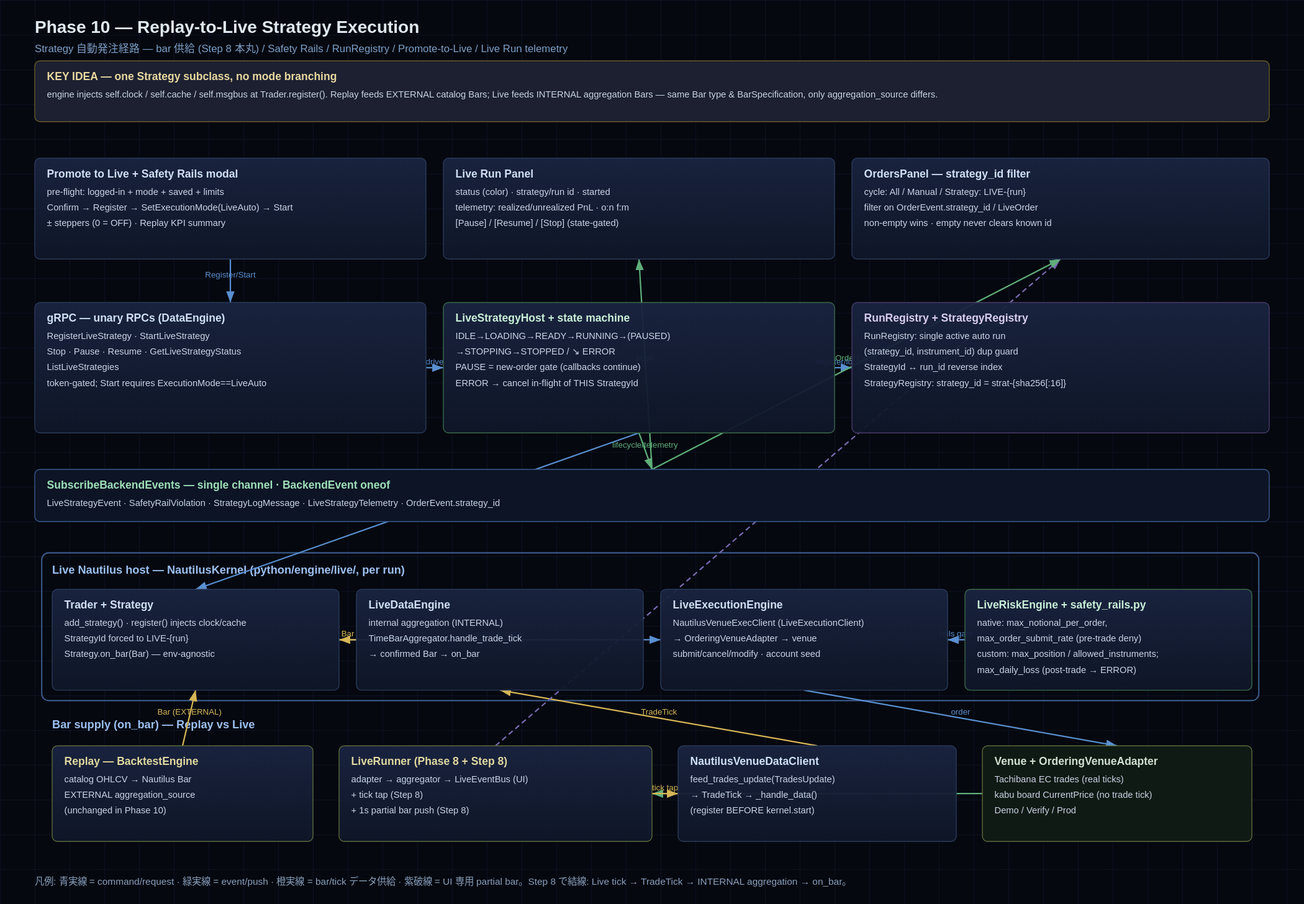
This is docs/assets/phase10-architecture.drawio.svg from botterYosuke/The-Trader-Was-Replaced, a draw.io export, as it was before one commit. Source tidied: cells renumbered, new cells last; positions are measured from the earlier drawing's top-left corner, leaving out a move shared by most shapes. The source it was exported from:
```xml
<mxGraphModel>
  <root>
    <mxCell id="0" />
    <mxCell id="1" parent="0" />
    <mxCell id="2" value="Phase 10 — Replay-to-Live Strategy Execution" style="text;html=1;fontSize=18;fontColor=#e0e8f0;fontStyle=1;" parent="1" vertex="1">
      <mxGeometry width="1400" height="32" as="geometry" />
    </mxCell>
    <mxCell id="3" value="Live Nautilus host — NautilusKernel (per run)" style="rounded=1;whiteSpace=wrap;html=1;fillColor=none;strokeColor=#3a5a8a;verticalAlign=top;fontColor=#9cc0f0;fontStyle=1;" parent="1" vertex="1">
      <mxGeometry x="8" y="624" width="1400" height="170" as="geometry" />
    </mxCell>
    <mxCell id="4" value="&lt;b&gt;KEY IDEA — one Strategy subclass, no mode branching&lt;/b&gt;&lt;br&gt;engine injects self.clock / self.cache / self.msgbus at Trader.register(). Replay feeds EXTERNAL catalog Bars; Live feeds INTERNAL aggregation Bars — same Bar type &amp;amp; BarSpecification, only aggregation_source differs." style="rounded=1;whiteSpace=wrap;html=1;fillColor=#1c2030;strokeColor=#6a5a2a;fontColor=#c8d4e6;align=left;verticalAlign=top;spacingLeft=8;spacingTop=6;fontSize=10;" parent="1" vertex="1">
      <mxGeometry y="58" width="1420" height="70" as="geometry" />
    </mxCell>
    <mxCell id="5" value="&lt;b&gt;Promote to Live + Safety Rails modal&lt;/b&gt;&lt;br&gt;pre-flight: logged-in + mode + saved + limits&lt;br&gt;Confirm → Register → SetExecutionMode(LiveAuto) → Start&lt;br&gt;± steppers (0 = OFF) · Replay KPI summary" style="rounded=1;whiteSpace=wrap;html=1;fillColor=#1c2030;strokeColor=#2a3a5a;fontColor=#c8d4e6;align=left;verticalAlign=top;spacingLeft=8;spacingTop=6;fontSize=10;" parent="1" vertex="1">
      <mxGeometry y="170" width="450" height="116" as="geometry" />
    </mxCell>
    <mxCell id="6" value="&lt;b&gt;Live Run Panel&lt;/b&gt;&lt;br&gt;status (color) · strategy/run id · started&lt;br&gt;telemetry: realized/unrealized PnL · o:n f:m&lt;br&gt;[Pause] / [Resume] / [Stop] (state-gated)" style="rounded=1;whiteSpace=wrap;html=1;fillColor=#1c2030;strokeColor=#2a3a5a;fontColor=#c8d4e6;align=left;verticalAlign=top;spacingLeft=8;spacingTop=6;fontSize=10;" parent="1" vertex="1">
      <mxGeometry x="470" y="170" width="450" height="116" as="geometry" />
    </mxCell>
    <mxCell id="7" value="&lt;b&gt;OrdersPanel — strategy_id filter&lt;/b&gt;&lt;br&gt;cycle: All / Manual / Strategy: LIVE-{run}&lt;br&gt;filter on OrderEvent.strategy_id / LiveOrder&lt;br&gt;non-empty wins · empty never clears known id" style="rounded=1;whiteSpace=wrap;html=1;fillColor=#1c2030;strokeColor=#2a3a5a;fontColor=#c8d4e6;align=left;verticalAlign=top;spacingLeft=8;spacingTop=6;fontSize=10;" parent="1" vertex="1">
      <mxGeometry x="940" y="170" width="480" height="116" as="geometry" />
    </mxCell>
    <mxCell id="8" value="&lt;b&gt;gRPC — unary RPCs (DataEngine)&lt;/b&gt;&lt;br&gt;RegisterLiveStrategy · StartLiveStrategy&lt;br&gt;Stop · Pause · Resume · GetLiveStrategyStatus&lt;br&gt;ListLiveStrategies&lt;br&gt;token-gated; Start requires ExecutionMode==LiveAuto" style="rounded=1;whiteSpace=wrap;html=1;fillColor=#1c2030;strokeColor=#2a3a5a;fontColor=#c8d4e6;align=left;verticalAlign=top;spacingLeft=8;spacingTop=6;fontSize=10;" parent="1" vertex="1">
      <mxGeometry y="336" width="450" height="150" as="geometry" />
    </mxCell>
    <mxCell id="9" value="&lt;b&gt;LiveStrategyHost + state machine&lt;/b&gt;&lt;br&gt;IDLE→LOADING→READY→RUNNING→(PAUSED)&lt;br&gt;→STOPPING→STOPPED  /  ↘ERROR&lt;br&gt;PAUSE = new-order gate (callbacks continue)&lt;br&gt;ERROR → cancel in-flight of THIS StrategyId" style="rounded=1;whiteSpace=wrap;html=1;fillColor=#1c2030;strokeColor=#3a6a4a;fontColor=#c8d4e6;align=left;verticalAlign=top;spacingLeft=8;spacingTop=6;fontSize=10;" parent="1" vertex="1">
      <mxGeometry x="470" y="336" width="450" height="150" as="geometry" />
    </mxCell>
    <mxCell id="10" value="&lt;b&gt;RunRegistry + StrategyRegistry&lt;/b&gt;&lt;br&gt;RunRegistry: single active auto run&lt;br&gt;(strategy_id, instrument_id) dup guard&lt;br&gt;StrategyId → run_id reverse index&lt;br&gt;StrategyRegistry: strategy_id = strat-{sha256[:16]}" style="rounded=1;whiteSpace=wrap;html=1;fillColor=#1c2030;strokeColor=#4a3a6a;fontColor=#c8d4e6;align=left;verticalAlign=top;spacingLeft=8;spacingTop=6;fontSize=10;" parent="1" vertex="1">
      <mxGeometry x="940" y="336" width="480" height="150" as="geometry" />
    </mxCell>
    <mxCell id="11" value="&lt;b&gt;SubscribeBackendEvents — single channel · BackendEvent oneof&lt;/b&gt;&lt;br&gt;LiveStrategyEvent · SafetyRailViolation · StrategyLogMessage · LiveStrategyTelemetry · OrderEvent.strategy_id" style="rounded=1;whiteSpace=wrap;html=1;fillColor=#0c1426;strokeColor=#3a5a8a;fontColor=#c8d4e6;align=left;verticalAlign=top;spacingLeft=8;spacingTop=6;fontSize=10;" parent="1" vertex="1">
      <mxGeometry y="528" width="1420" height="60" as="geometry" />
    </mxCell>
    <mxCell id="12" value="&lt;b&gt;Trader + Strategy&lt;/b&gt;&lt;br&gt;add_strategy() · register() injects clock/cache&lt;br&gt;StrategyId forced to LIVE-{run}&lt;br&gt;Strategy.on_bar(Bar) — env-agnostic" style="rounded=1;whiteSpace=wrap;html=1;fillColor=#1c2030;strokeColor=#2a3a5a;fontColor=#c8d4e6;align=left;verticalAlign=top;spacingLeft=8;spacingTop=6;fontSize=10;" parent="1" vertex="1">
      <mxGeometry x="20" y="666" width="330" height="116" as="geometry" />
    </mxCell>
    <mxCell id="13" value="&lt;b&gt;LiveDataEngine&lt;/b&gt;&lt;br&gt;internal aggregation (INTERNAL)&lt;br&gt;TimeBarAggregator.handle_trade_tick&lt;br&gt;→ confirmed Bar → on_bar" style="rounded=1;whiteSpace=wrap;html=1;fillColor=#1c2030;strokeColor=#2a3a5a;fontColor=#c8d4e6;align=left;verticalAlign=top;spacingLeft=8;spacingTop=6;fontSize=10;" parent="1" vertex="1">
      <mxGeometry x="370" y="666" width="330" height="116" as="geometry" />
    </mxCell>
    <mxCell id="14" value="&lt;b&gt;LiveExecutionEngine&lt;/b&gt;&lt;br&gt;NautilusVenueExecClient (LiveExecutionClient)&lt;br&gt;→ OrderingVenueAdapter → venue&lt;br&gt;submit/cancel/modify · account seed" style="rounded=1;whiteSpace=wrap;html=1;fillColor=#1c2030;strokeColor=#2a3a5a;fontColor=#c8d4e6;align=left;verticalAlign=top;spacingLeft=8;spacingTop=6;fontSize=10;" parent="1" vertex="1">
      <mxGeometry x="720" y="666" width="330" height="116" as="geometry" />
    </mxCell>
    <mxCell id="15" value="&lt;b&gt;LiveRiskEngine + safety_rails.py&lt;/b&gt;&lt;br&gt;native: max_notional_per_order,&lt;br&gt;max_order_submit_rate (pre-trade deny)&lt;br&gt;custom: max_position / allowed_instruments;&lt;br&gt;max_daily_loss (post-trade → ERROR)" style="rounded=1;whiteSpace=wrap;html=1;fillColor=#1c2030;strokeColor=#3a6a4a;fontColor=#c8d4e6;align=left;verticalAlign=top;spacingLeft=8;spacingTop=6;fontSize=10;" parent="1" vertex="1">
      <mxGeometry x="1070" y="666" width="330" height="116" as="geometry" />
    </mxCell>
    <mxCell id="16" value="&lt;b&gt;Replay — BacktestEngine&lt;/b&gt;&lt;br&gt;catalog OHLCV → Nautilus Bar&lt;br&gt;EXTERNAL aggregation_source&lt;br&gt;(unchanged in Phase 10)" style="rounded=1;whiteSpace=wrap;html=1;fillColor=#1c2030;strokeColor=#5a6a3a;fontColor=#c8d4e6;align=left;verticalAlign=top;spacingLeft=8;spacingTop=6;fontSize=10;" parent="1" vertex="1">
      <mxGeometry x="20" y="846" width="300" height="110" as="geometry" />
    </mxCell>
    <mxCell id="17" value="&lt;b&gt;LiveRunner (Phase 8 + Step 8)&lt;/b&gt;&lt;br&gt;adapter → aggregator → LiveEventBus (UI)&lt;br&gt;+ tick tap (Step 8)&lt;br&gt;+ 1s partial bar push (Step 8)" style="rounded=1;whiteSpace=wrap;html=1;fillColor=#1c2030;strokeColor=#5a6a3a;fontColor=#c8d4e6;align=left;verticalAlign=top;spacingLeft=8;spacingTop=6;fontSize=10;" parent="1" vertex="1">
      <mxGeometry x="350" y="846" width="360" height="110" as="geometry" />
    </mxCell>
    <mxCell id="18" value="&lt;b&gt;NautilusVenueDataClient&lt;/b&gt;&lt;br&gt;feed_trades_update(TradesUpdate)&lt;br&gt;→ TradeTick → _handle_data()&lt;br&gt;(register BEFORE kernel.start)" style="rounded=1;whiteSpace=wrap;html=1;fillColor=#1c2030;strokeColor=#2a3a5a;fontColor=#c8d4e6;align=left;verticalAlign=top;spacingLeft=8;spacingTop=6;fontSize=10;" parent="1" vertex="1">
      <mxGeometry x="740" y="846" width="320" height="110" as="geometry" />
    </mxCell>
    <mxCell id="19" value="&lt;b&gt;Venue + OrderingVenueAdapter&lt;/b&gt;&lt;br&gt;Tachibana EC trades (real ticks)&lt;br&gt;kabu board CurrentPrice (no trade tick)&lt;br&gt;Demo / Verify / Prod" style="rounded=1;whiteSpace=wrap;html=1;fillColor=#101a14;strokeColor=#5a6a3a;fontColor=#c8d4e6;align=left;verticalAlign=top;spacingLeft=8;spacingTop=6;fontSize=10;" parent="1" vertex="1">
      <mxGeometry x="1090" y="846" width="310" height="110" as="geometry" />
    </mxCell>
    <mxCell id="20" value="Register/Start" style="edgeStyle=orthogonalEdgeStyle;rounded=1;html=1;strokeColor=#5a8fd0;fontColor=#5a8fd0;fontSize=9;endArrow=block;" parent="1" edge="1" source="5" target="8">
      <mxGeometry relative="1" as="geometry" />
    </mxCell>
    <mxCell id="21" value="drive" style="edgeStyle=orthogonalEdgeStyle;rounded=1;html=1;strokeColor=#5a8fd0;fontColor=#5a8fd0;fontSize=9;endArrow=block;" parent="1" edge="1" source="8" target="9">
      <mxGeometry relative="1" as="geometry" />
    </mxCell>
    <mxCell id="22" value="register/lookup" style="edgeStyle=orthogonalEdgeStyle;rounded=1;html=1;strokeColor=#5a8fd0;fontColor=#5a8fd0;fontSize=9;endArrow=block;" parent="1" edge="1" source="9" target="10">
      <mxGeometry relative="1" as="geometry" />
    </mxCell>
    <mxCell id="23" value="attach()" style="edgeStyle=orthogonalEdgeStyle;rounded=1;html=1;strokeColor=#5a8fd0;fontColor=#5a8fd0;fontSize=9;endArrow=block;" parent="1" edge="1" source="9" target="12">
      <mxGeometry relative="1" as="geometry" />
    </mxCell>
    <mxCell id="24" value="submit_order" style="edgeStyle=orthogonalEdgeStyle;rounded=1;html=1;strokeColor=#5a8fd0;fontColor=#5a8fd0;fontSize=9;endArrow=block;" parent="1" edge="1" source="12" target="14">
      <mxGeometry relative="1" as="geometry" />
    </mxCell>
    <mxCell id="25" value="rails gate" style="edgeStyle=orthogonalEdgeStyle;rounded=1;html=1;strokeColor=#5a8fd0;fontColor=#5a8fd0;fontSize=9;endArrow=block;" parent="1" edge="1" source="15" target="14">
      <mxGeometry relative="1" as="geometry" />
    </mxCell>
    <mxCell id="26" value="order" style="edgeStyle=orthogonalEdgeStyle;rounded=1;html=1;strokeColor=#5a8fd0;fontColor=#5a8fd0;fontSize=9;endArrow=block;" parent="1" edge="1" source="14" target="19">
      <mxGeometry relative="1" as="geometry" />
    </mxCell>
    <mxCell id="27" value="ticks" style="edgeStyle=orthogonalEdgeStyle;rounded=1;html=1;strokeColor=#5fae7a;fontColor=#5fae7a;fontSize=9;endArrow=block;" parent="1" edge="1" source="19" target="17">
      <mxGeometry relative="1" as="geometry" />
    </mxCell>
    <mxCell id="28" value="tick tap" style="edgeStyle=orthogonalEdgeStyle;rounded=1;html=1;strokeColor=#d6b656;fontColor=#d6b656;fontSize=9;endArrow=block;" parent="1" edge="1" source="17" target="18">
      <mxGeometry relative="1" as="geometry" />
    </mxCell>
    <mxCell id="29" value="TradeTick" style="edgeStyle=orthogonalEdgeStyle;rounded=1;html=1;strokeColor=#d6b656;fontColor=#d6b656;fontSize=9;endArrow=block;" parent="1" edge="1" source="18" target="13">
      <mxGeometry relative="1" as="geometry" />
    </mxCell>
    <mxCell id="30" value="Bar" style="edgeStyle=orthogonalEdgeStyle;rounded=1;html=1;strokeColor=#d6b656;fontColor=#d6b656;fontSize=9;endArrow=block;" parent="1" edge="1" source="13" target="12">
      <mxGeometry relative="1" as="geometry" />
    </mxCell>
    <mxCell id="31" value="Bar (EXTERNAL)" style="edgeStyle=orthogonalEdgeStyle;rounded=1;html=1;strokeColor=#d6b656;fontColor=#d6b656;fontSize=9;endArrow=block;" parent="1" edge="1" source="16" target="12">
      <mxGeometry relative="1" as="geometry" />
    </mxCell>
    <mxCell id="32" value="partial Kline 1s" style="edgeStyle=orthogonalEdgeStyle;rounded=1;html=1;dashed=1;strokeColor=#7a6ab0;fontColor=#7a6ab0;fontSize=9;endArrow=block;" parent="1" edge="1" source="17" target="7">
      <mxGeometry relative="1" as="geometry" />
    </mxCell>
    <mxCell id="33" value="lifecycle/telemetry" style="edgeStyle=orthogonalEdgeStyle;rounded=1;html=1;strokeColor=#5fae7a;fontColor=#5fae7a;fontSize=9;endArrow=block;" parent="1" edge="1" source="9" target="11">
      <mxGeometry relative="1" as="geometry" />
    </mxCell>
    <mxCell id="34" value="push" style="edgeStyle=orthogonalEdgeStyle;rounded=1;html=1;strokeColor=#5fae7a;fontColor=#5fae7a;fontSize=9;endArrow=block;" parent="1" edge="1" source="11" target="6">
      <mxGeometry relative="1" as="geometry" />
    </mxCell>
    <mxCell id="35" value="OrderEvent" style="edgeStyle=orthogonalEdgeStyle;rounded=1;html=1;strokeColor=#5fae7a;fontColor=#5fae7a;fontSize=9;endArrow=block;" parent="1" edge="1" source="11" target="7">
      <mxGeometry relative="1" as="geometry" />
    </mxCell>
  </root>
</mxGraphModel>
```
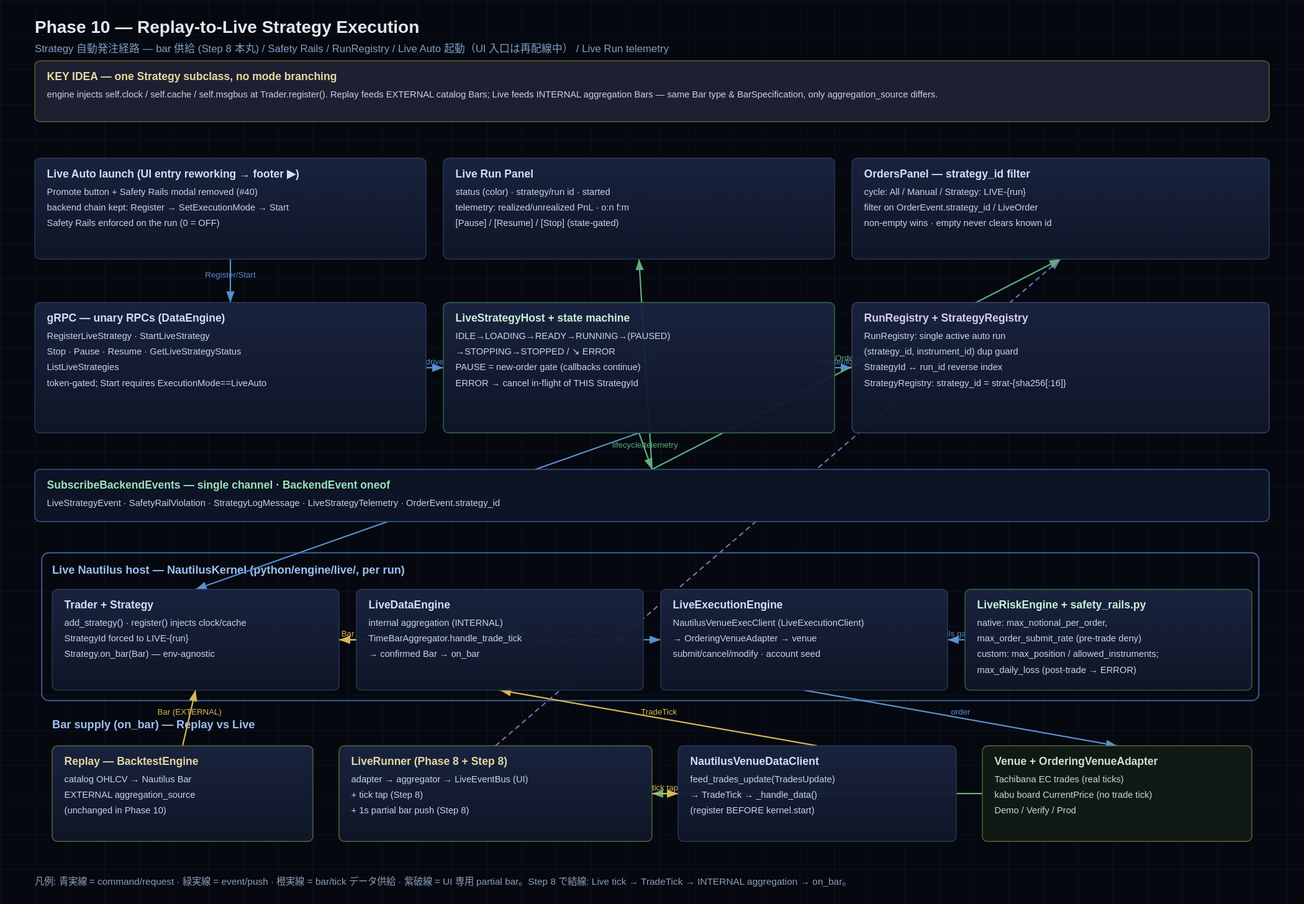
Later version of the same file.

The edit, as a diff of the source:
```diff
@@ -11,7 +11,7 @@
     <mxCell id="4" value="&lt;b&gt;KEY IDEA — one Strategy subclass, no mode branching&lt;/b&gt;&lt;br&gt;engine injects self.clock / self.cache / self.msgbus at Trader.register(). Replay feeds EXTERNAL catalog Bars; Live feeds INTERNAL aggregation Bars — same Bar type &amp;amp; BarSpecification, only aggregation_source differs." style="rounded=1;whiteSpace=wrap;html=1;fillColor=#1c2030;strokeColor=#6a5a2a;fontColor=#c8d4e6;align=left;verticalAlign=top;spacingLeft=8;spacingTop=6;fontSize=10;" parent="1" vertex="1">
       <mxGeometry y="58" width="1420" height="70" as="geometry" />
     </mxCell>
-    <mxCell id="5" value="&lt;b&gt;Promote to Live + Safety Rails modal&lt;/b&gt;&lt;br&gt;pre-flight: logged-in + mode + saved + limits&lt;br&gt;Confirm → Register → SetExecutionMode(LiveAuto) → Start&lt;br&gt;± steppers (0 = OFF) · Replay KPI summary" style="rounded=1;whiteSpace=wrap;html=1;fillColor=#1c2030;strokeColor=#2a3a5a;fontColor=#c8d4e6;align=left;verticalAlign=top;spacingLeft=8;spacingTop=6;fontSize=10;" parent="1" vertex="1">
+    <mxCell id="5" value="&lt;b&gt;Live Auto launch (UI entry reworking → footer ▶)&lt;/b&gt;&lt;br&gt;Promote button + Safety Rails modal removed (#40)&lt;br&gt;backend chain kept: Register → SetExecutionMode → Start&lt;br&gt;Safety Rails enforced on the run (0 = OFF)" style="rounded=1;whiteSpace=wrap;html=1;fillColor=#1c2030;strokeColor=#2a3a5a;fontColor=#c8d4e6;align=left;verticalAlign=top;spacingLeft=8;spacingTop=6;fontSize=10;" parent="1" vertex="1">
       <mxGeometry y="170" width="450" height="116" as="geometry" />
     </mxCell>
     <mxCell id="6" value="&lt;b&gt;Live Run Panel&lt;/b&gt;&lt;br&gt;status (color) · strategy/run id · started&lt;br&gt;telemetry: realized/unrealized PnL · o:n f:m&lt;br&gt;[Pause] / [Resume] / [Stop] (state-gated)" style="rounded=1;whiteSpace=wrap;html=1;fillColor=#1c2030;strokeColor=#2a3a5a;fontColor=#c8d4e6;align=left;verticalAlign=top;spacingLeft=8;spacingTop=6;fontSize=10;" parent="1" vertex="1">
```
